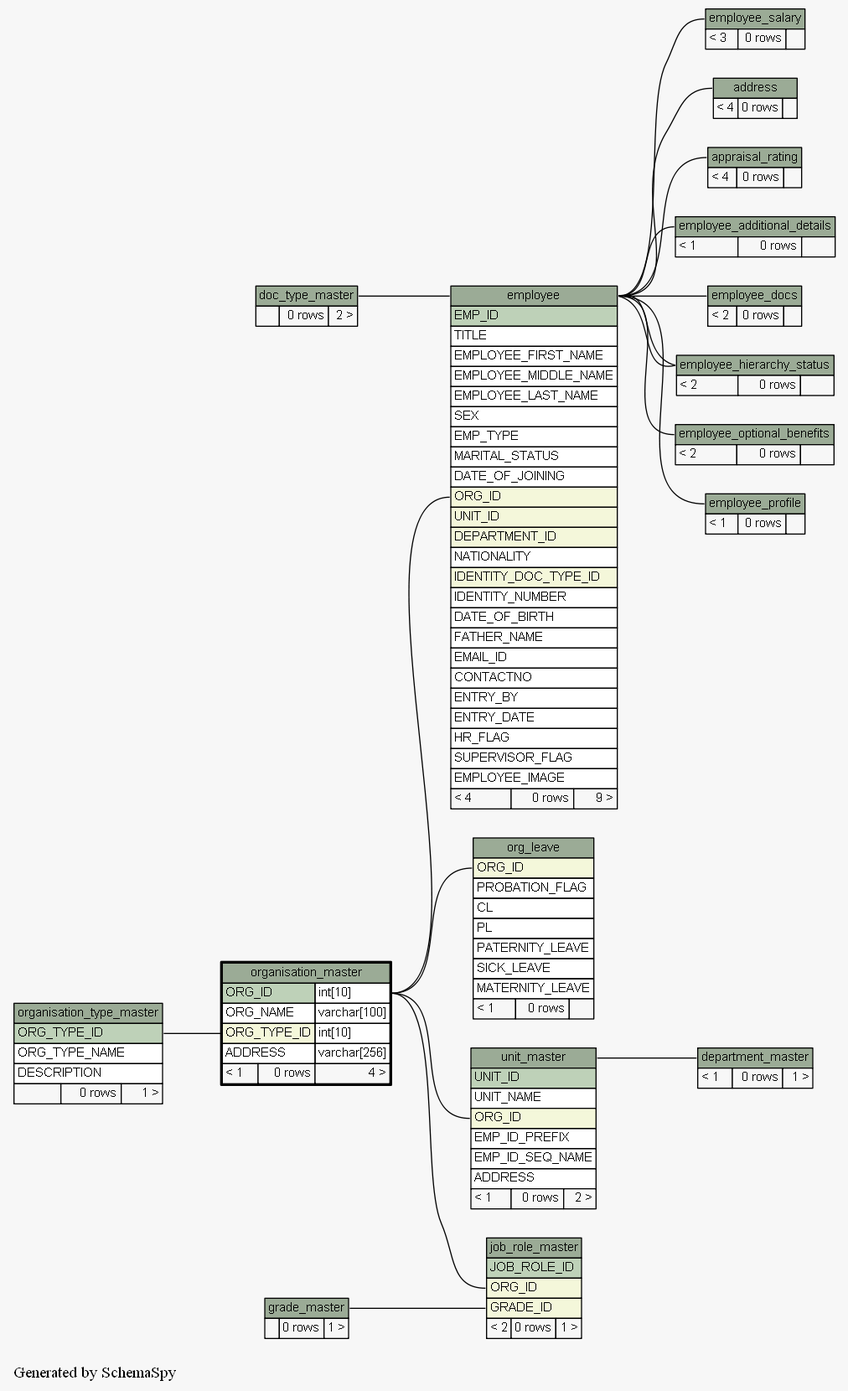
Before: docs/database/schemaspy/graphs/organisation_master.2degrees.png, a diagram exported from Graphviz (engineerscraft/hrms). Its source is kept beside it as docs/database/schemaspy/graphs/organisation_master.2degrees.dot.
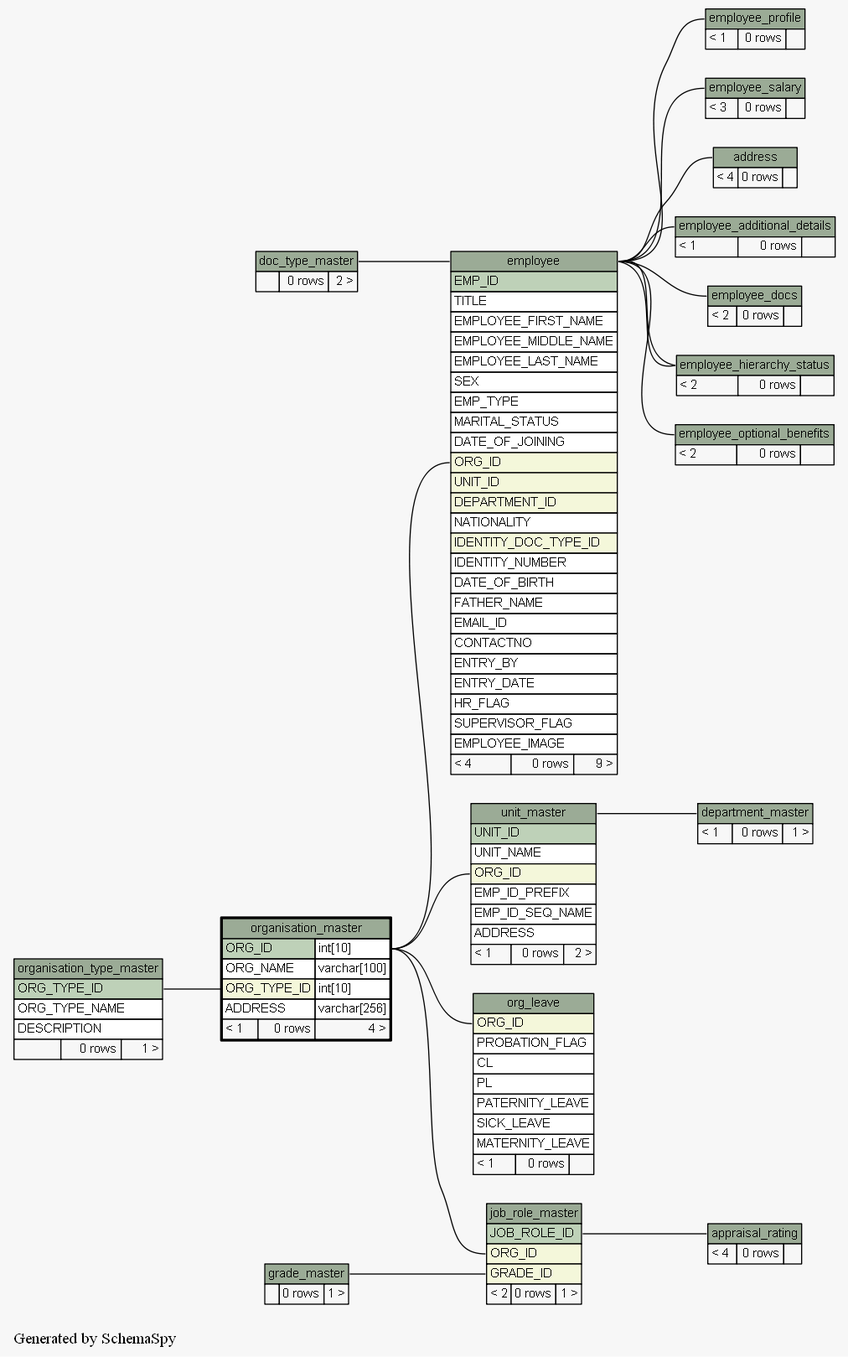
The same file after the commit.

What changed in the source:
```diff
@@ -14,7 +14,7 @@
     arrowsize="0.8"
   ];
   "address":"address.heading":w -> "employee":"employee.heading":e [arrowtail=tee arrowhead=none];
-  "appraisal_rating":"appraisal_rating.heading":w -> "employee":"employee.heading":e [arrowtail=crowtee arrowhead=none];
+  "appraisal_rating":"appraisal_rating.heading":w -> "job_role_master":"JOB_ROLE_ID":e [arrowtail=crowodot arrowhead=none];
   "department_master":"department_master.heading":w -> "unit_master":"unit_master.heading":e [arrowtail=crowodot arrowhead=none];
   "employee":"employee.heading":w -> "doc_type_master":"doc_type_master.heading":e [arrowtail=crowodot arrowhead=none];
   "employee":"ORG_ID":w -> "organisation_master":"ORG_ID.type":e [arrowtail=crowodot arrowhead=none];
```
